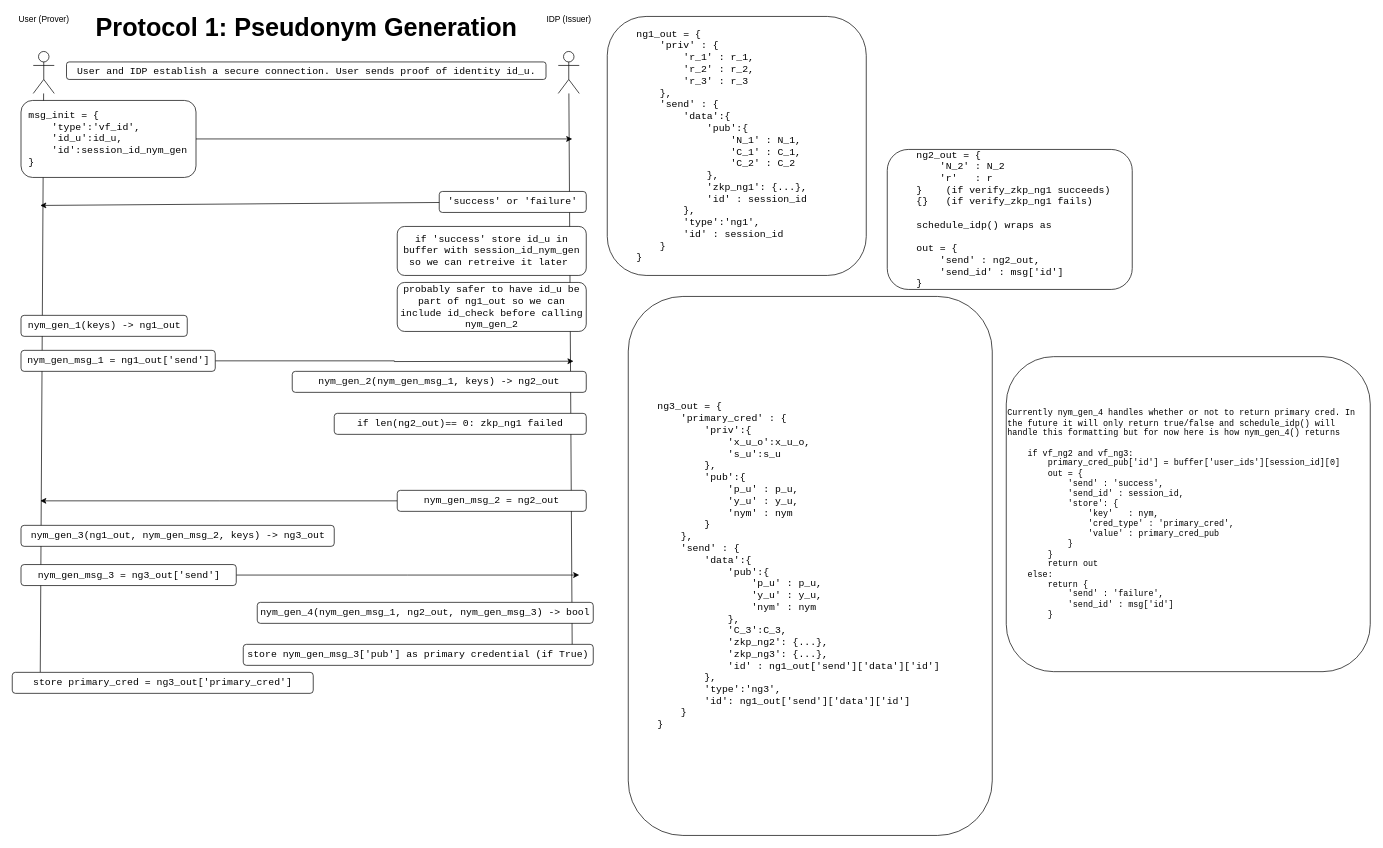
Earlier version of the draw.io diagram page "Nym Gen" (4 of 8) of doc/Protocols.drawio (JacobGorman613/cl-api). Source tidied: cells renumbered, new cells numbered last; positions are measured from the earlier drawing's top-left corner, leaving out a move shared by most shapes. Both pictures are drawn from the tidied source at 70%, with x=0, y=0 at pixel (12, 16).
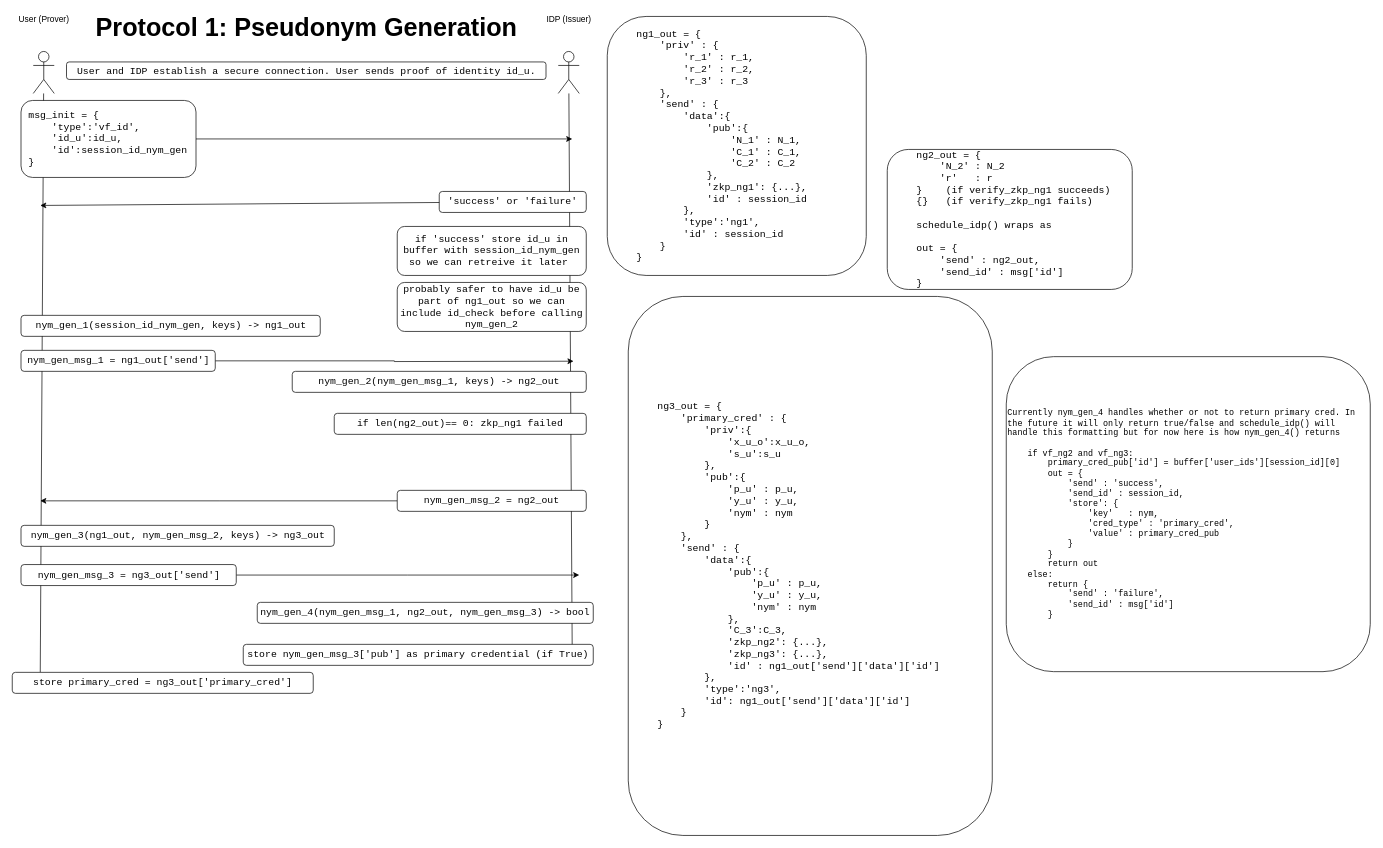
The same page after the edit.

Change to the diagram source:
```diff
@@
-    <mxCell id="7" value="&lt;font style=&quot;font-size: 14px;&quot; face=&quot;Courier New&quot;&gt;nym_gen_1(keys) -&amp;gt; ng1_out&lt;/font&gt;" style="rounded=1;whiteSpace=wrap;html=1;" parent="1" vertex="1">
-      <mxGeometry x="12.5" y="427" width="237.5" height="30" as="geometry" />
+    <mxCell id="7" value="&lt;font style=&quot;font-size: 14px;&quot; face=&quot;Courier New&quot;&gt;nym_gen_1(session_id_nym_gen, keys) -&amp;gt; ng1_out&lt;/font&gt;" style="rounded=1;whiteSpace=wrap;html=1;" parent="1" vertex="1">
+      <mxGeometry x="12.5" y="427" width="427.5" height="30" as="geometry" />
     </mxCell>
```
